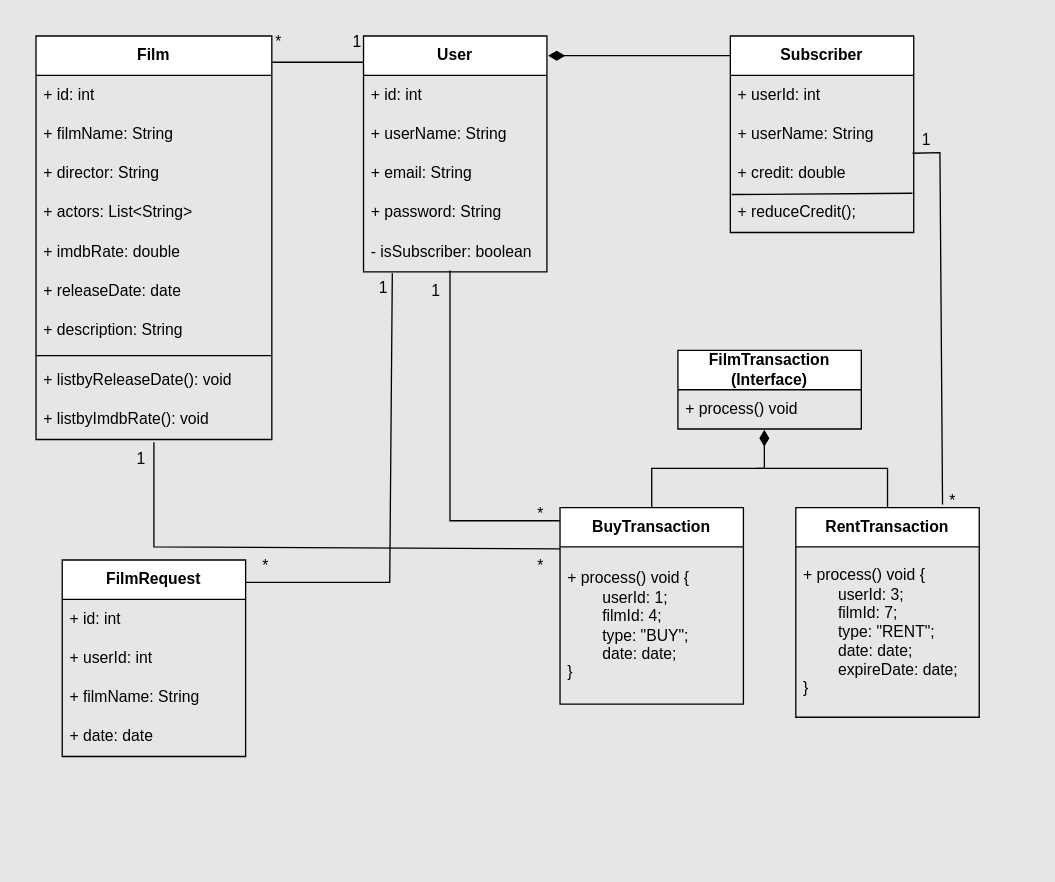
Before: OnlineFilmService.drawio in Gundogduu/javaIntro2022, a draw.io diagram. Source tidied: cells renumbered, new cells numbered last; positions are measured from the earlier drawing's top-left corner, leaving out a move shared by most shapes. Both pictures are drawn from the tidied source at 131%, with x=0, y=0 at pixel (35, 22).
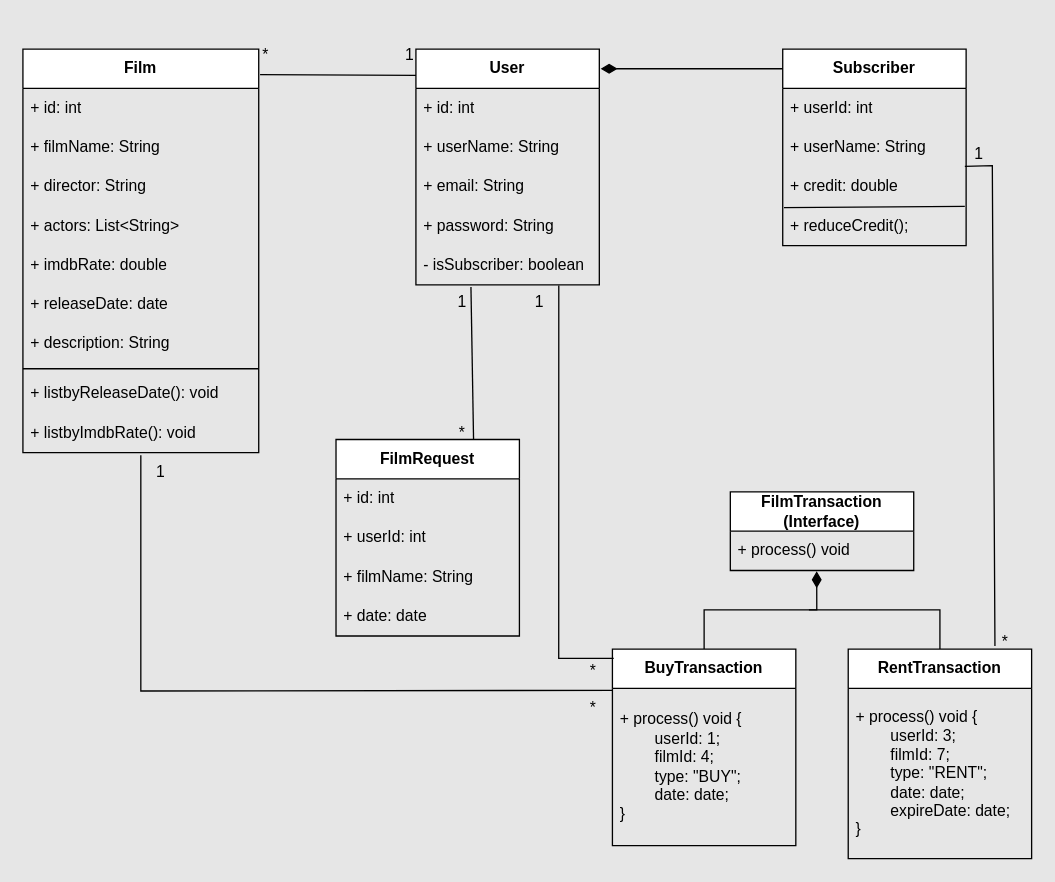
After the change.

The change refers to these unchanged cells:
```xml
<mxCell id="7" value="- isSubscriber: boolean" style="text;strokeColor=none;fillColor=none;align=left;verticalAlign=middle;spacingLeft=4;spacingRight=4;overflow=hidden;points=[[0,0.5],[1,0.5]];portConstraint=eastwest;whiteSpace=wrap;html=1;" parent="2" vertex="1">
  <mxGeometry y="150" width="140" height="30" as="geometry" />
</mxCell>
<mxCell id="11" value="+ credit: double" style="text;strokeColor=none;fillColor=none;align=left;verticalAlign=middle;spacingLeft=4;spacingRight=4;overflow=hidden;points=[[0,0.5],[1,0.5]];portConstraint=eastwest;whiteSpace=wrap;html=1;" parent="8" vertex="1">
  <mxGeometry y="90" width="140" height="30" as="geometry" />
</mxCell>
<mxCell id="25" value="+ listbyImdbRate(): void" style="text;strokeColor=none;fillColor=none;align=left;verticalAlign=middle;spacingLeft=4;spacingRight=4;overflow=hidden;points=[[0,0.5],[1,0.5]];portConstraint=eastwest;whiteSpace=wrap;html=1;" parent="15" vertex="1">
  <mxGeometry y="278" width="180" height="30" as="geometry" />
</mxCell>
<mxCell id="29" value="+ process() void" style="text;strokeColor=none;fillColor=none;align=left;verticalAlign=middle;spacingLeft=4;spacingRight=4;overflow=hidden;points=[[0,0.5],[1,0.5]];portConstraint=eastwest;whiteSpace=wrap;html=1;" parent="28" vertex="1">
  <mxGeometry y="30" width="140" height="30" as="geometry" />
</mxCell>
```

Change to the diagram source:
```diff
@@
     <mxCell id="2" value="&lt;b&gt;User&lt;/b&gt;" style="swimlane;fontStyle=0;horizontal=1;startSize=30;whiteSpace=wrap;html=1;" parent="1" vertex="1">
-      <mxGeometry x="250" y="10" width="140" height="180" as="geometry" />
+      <mxGeometry x="290" y="20" width="140" height="180" as="geometry" />
     </mxCell>
@@
     <mxCell id="8" value="&lt;b&gt;Subscriber&lt;/b&gt;" style="swimlane;fontStyle=0;horizontal=1;startSize=30;whiteSpace=wrap;html=1;" parent="1" vertex="1">
-      <mxGeometry x="530" y="10" width="140" height="150" as="geometry" />
+      <mxGeometry x="570" y="20" width="140" height="150" as="geometry" />
     </mxCell>
@@
     <mxCell id="14" style="edgeStyle=none;jettySize=auto;html=1;rounded=0;endArrow=none;startFill=1;startArrow=diamondThin;endSize=6;startSize=10;entryX=0;entryY=0.1;entryDx=0;entryDy=0;entryPerimeter=0;" parent="1" edge="1" target="8">
       <mxGeometry relative="1" as="geometry">
-        <mxPoint x="391" y="25" as="sourcePoint" />
+        <mxPoint x="431" y="35" as="sourcePoint" />
       </mxGeometry>
     </mxCell>
     <mxCell id="15" value="&lt;b&gt;Film&lt;/b&gt;" style="swimlane;fontStyle=0;horizontal=1;startSize=30;whiteSpace=wrap;html=1;" parent="1" vertex="1">
-      <mxGeometry y="10" width="180" height="308" as="geometry" />
+      <mxGeometry x="-10" y="20" width="180" height="308" as="geometry" />
     </mxCell>
@@
     <mxCell id="26" style="edgeStyle=none;jettySize=auto;html=1;rounded=0;exitX=0.8;exitY=-0.015;exitDx=0;exitDy=0;entryX=0.993;entryY=-0.017;entryDx=0;entryDy=0;endArrow=none;startFill=0;entryPerimeter=0;exitPerimeter=0;" parent="1" edge="1" source="30" target="11">
       <mxGeometry relative="1" as="geometry">
         <Array as="points">
-          <mxPoint x="690" y="99" />
+          <mxPoint x="730" y="109" />
         </Array>
       </mxGeometry>
     </mxCell>
     <mxCell id="27" value="1" style="text;html=1;align=center;verticalAlign=middle;whiteSpace=wrap;rounded=0;" parent="1" vertex="1">
-      <mxGeometry x="670" y="80" width="20" height="20" as="geometry" />
+      <mxGeometry x="710" y="90" width="20" height="20" as="geometry" />
     </mxCell>
     <mxCell id="28" value="&lt;b&gt;FilmTransaction (Interface)&lt;/b&gt;" style="swimlane;fontStyle=0;horizontal=1;startSize=30;whiteSpace=wrap;html=1;" parent="1" vertex="1">
-      <mxGeometry x="490" y="250" width="140" height="60" as="geometry" />
+      <mxGeometry x="530" y="358" width="140" height="60" as="geometry" />
     </mxCell>
@@
     <mxCell id="30" value="&lt;b&gt;RentTransaction&lt;/b&gt;" style="swimlane;fontStyle=0;horizontal=1;startSize=30;whiteSpace=wrap;html=1;" parent="1" vertex="1">
-      <mxGeometry x="580" y="370" width="140" height="160" as="geometry" />
+      <mxGeometry x="620" y="478" width="140" height="160" as="geometry" />
     </mxCell>
@@
     <mxCell id="32" value="&lt;b&gt;BuyTransaction&lt;/b&gt;" style="swimlane;fontStyle=0;horizontal=1;startSize=30;whiteSpace=wrap;html=1;" parent="1" vertex="1">
-      <mxGeometry x="400" y="370" width="140" height="150" as="geometry" />
+      <mxGeometry x="440" y="478" width="140" height="150" as="geometry" />
     </mxCell>
@@
     <mxCell id="34" style="edgeStyle=none;jettySize=auto;html=1;rounded=0;entryX=0.471;entryY=1.017;entryDx=0;entryDy=0;entryPerimeter=0;endArrow=diamondThin;endFill=1;endSize=10;exitX=0.5;exitY=0;exitDx=0;exitDy=0;" parent="1" edge="1" source="32" target="29">
       <mxGeometry relative="1" as="geometry">
         <Array as="points">
-          <mxPoint x="470" y="340" />
-          <mxPoint x="520" y="340" />
-          <mxPoint x="556" y="340" />
+          <mxPoint x="510" y="448" />
+          <mxPoint x="560" y="448" />
+          <mxPoint x="596" y="448" />
         </Array>
       </mxGeometry>
     </mxCell>
     <mxCell id="35" style="edgeStyle=none;jettySize=auto;html=1;rounded=0;exitX=0.5;exitY=0;exitDx=0;exitDy=0;endArrow=none;startFill=0;" parent="1" edge="1" source="30">
       <mxGeometry relative="1" as="geometry">
-        <mxPoint x="550" y="340" as="targetPoint" />
+        <mxPoint x="590" y="448" as="targetPoint" />
         <Array as="points">
-          <mxPoint x="650" y="340" />
+          <mxPoint x="690" y="448" />
         </Array>
       </mxGeometry>
     </mxCell>
     <mxCell id="36" value="1" style="text;html=1;align=center;verticalAlign=middle;strokeColor=none;fillColor=none;" parent="1" vertex="1">
-      <mxGeometry x="290" y="190" width="30" height="30" as="geometry" />
+      <mxGeometry x="369" y="198" width="30" height="30" as="geometry" />
     </mxCell>
-    <mxCell id="37" style="edgeStyle=none;orthogonalLoop=1;jettySize=auto;html=1;rounded=0;endArrow=none;startFill=0;" parent="1" edge="1">
+    <mxCell id="37" style="edgeStyle=none;jettySize=auto;html=1;rounded=0;endArrow=none;startFill=0;exitX=0.367;exitY=0.983;exitDx=0;exitDy=0;exitPerimeter=0;" parent="1" edge="1" source="38">
       <mxGeometry relative="1" as="geometry">
-        <mxPoint x="180" y="30" as="sourcePoint" />
-        <mxPoint x="250" y="30" as="targetPoint" />
+        <mxPoint x="290" y="40" as="targetPoint" />
       </mxGeometry>
     </mxCell>
     <mxCell id="38" value="*" style="text;html=1;align=center;verticalAlign=middle;points=[];strokeColor=none;fillColor=none;" parent="1" vertex="1">
-      <mxGeometry x="170" width="30" height="30" as="geometry" />
+      <mxGeometry x="160" y="10" width="30" height="30" as="geometry" />
     </mxCell>
     <mxCell id="39" value="1" style="text;html=1;align=center;verticalAlign=middle;strokeColor=none;fillColor=none;" parent="1" vertex="1">
-      <mxGeometry x="230" width="30" height="30" as="geometry" />
+      <mxGeometry x="270" y="10" width="30" height="30" as="geometry" />
     </mxCell>
     <mxCell id="40" style="edgeStyle=none;jettySize=auto;html=1;rounded=0;exitX=0.5;exitY=1.067;exitDx=0;exitDy=0;exitPerimeter=0;entryX=1;entryY=0.05;entryDx=0;entryDy=0;endArrow=none;startFill=0;entryPerimeter=0;" parent="1" edge="1" source="25" target="42">
       <mxGeometry relative="1" as="geometry">
         <Array as="points">
-          <mxPoint x="90" y="383" />
-          <mxPoint x="90" y="400" />
+          <mxPoint x="80" y="510" />
         </Array>
       </mxGeometry>
     </mxCell>
     <mxCell id="41" value="1" style="text;html=1;align=center;verticalAlign=middle;strokeColor=none;fillColor=none;" parent="1" vertex="1">
-      <mxGeometry x="65" y="318" width="30" height="30" as="geometry" />
+      <mxGeometry x="80" y="328" width="30" height="30" as="geometry" />
     </mxCell>
     <mxCell id="42" value="*" style="text;html=1;align=center;verticalAlign=middle;points=[];strokeColor=none;fillColor=none;" parent="1" vertex="1">
-      <mxGeometry x="370" y="400" width="30" height="30" as="geometry" />
+      <mxGeometry x="410" y="508" width="30" height="30" as="geometry" />
     </mxCell>
     <mxCell id="43" value="*" style="text;html=1;align=center;verticalAlign=middle;whiteSpace=wrap;rounded=0;" parent="1" vertex="1">
-      <mxGeometry x="690" y="360" width="20" height="10" as="geometry" />
+      <mxGeometry x="730" y="468" width="20" height="10" as="geometry" />
     </mxCell>
-    <mxCell id="44" style="edgeStyle=none;orthogonalLoop=1;jettySize=auto;html=1;rounded=0;endArrow=none;startFill=0;" parent="1" edge="1">
+    <mxCell id="44" style="edgeStyle=none;jettySize=auto;html=1;rounded=0;endArrow=none;startFill=0;exitX=0.779;exitY=1.017;exitDx=0;exitDy=0;exitPerimeter=0;entryX=0.007;entryY=0.047;entryDx=0;entryDy=0;entryPerimeter=0;" parent="1" edge="1" source="7" target="32">
       <mxGeometry relative="1" as="geometry">
-        <mxPoint x="316" y="189" as="sourcePoint" />
-        <mxPoint x="400" y="380" as="targetPoint" />
         <Array as="points">
-          <mxPoint x="316" y="380" />
+          <mxPoint x="399" y="485" />
         </Array>
       </mxGeometry>
     </mxCell>
     <mxCell id="45" value="*" style="text;html=1;align=center;verticalAlign=middle;strokeColor=none;fillColor=none;" parent="1" vertex="1">
-      <mxGeometry x="370" y="360" width="30" height="30" as="geometry" />
+      <mxGeometry x="410" y="480" width="30" height="30" as="geometry" />
     </mxCell>
     <mxCell id="46" value="&lt;b&gt;FilmRequest&lt;/b&gt;" style="swimlane;fontStyle=0;horizontal=1;startSize=30;whiteSpace=wrap;html=1;" parent="1" vertex="1">
-      <mxGeometry x="20" y="410" width="140" height="150" as="geometry" />
+      <mxGeometry x="229" y="318" width="140" height="150" as="geometry" />
     </mxCell>
@@
-    <mxCell id="51" style="edgeStyle=none;jettySize=auto;html=1;rounded=0;exitX=0.157;exitY=1.033;exitDx=0;exitDy=0;exitPerimeter=0;endArrow=none;startFill=0;" parent="1" edge="1" source="7">
-      <mxGeometry relative="1" as="geometry">
-        <mxPoint x="160" y="427" as="targetPoint" />
-        <Array as="points">
-          <mxPoint x="270" y="427" />
-        </Array>
-      </mxGeometry>
-    </mxCell>
     <mxCell id="52" value="1" style="text;html=1;align=center;verticalAlign=middle;strokeColor=none;fillColor=none;" parent="1" vertex="1">
-      <mxGeometry x="250" y="188" width="30" height="30" as="geometry" />
+      <mxGeometry x="310" y="198" width="30" height="30" as="geometry" />
     </mxCell>
     <mxCell id="53" value="*" style="text;html=1;align=center;verticalAlign=middle;strokeColor=none;fillColor=none;" parent="1" vertex="1">
-      <mxGeometry x="160" y="400" width="30" height="30" as="geometry" />
+      <mxGeometry x="310" y="298" width="30" height="30" as="geometry" />
     </mxCell>
+    <mxCell id="54" style="edgeStyle=none;jettySize=auto;html=1;rounded=0;entryX=0.3;entryY=1.05;entryDx=0;entryDy=0;entryPerimeter=0;endArrow=none;startFill=0;exitX=0.75;exitY=0;exitDx=0;exitDy=0;" parent="1" edge="1" source="46" target="7">
+      <mxGeometry relative="1" as="geometry" />
+    </mxCell>
```
